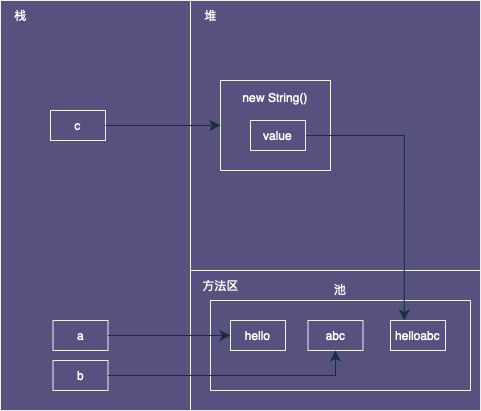
Before: drawio/StringExercise08.png, a diagram exported from draw.io (Stolorzs/Picgo). Source tidied: cells renumbered, new cells last; positions are measured from the earlier drawing's top-left corner, leaving out a move shared by most shapes.
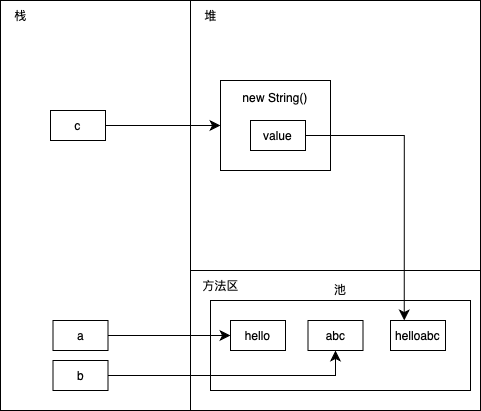
After the commit.

What changed in the source:
```diff
@@ -2,67 +2,67 @@
   <root>
     <mxCell id="0" />
     <mxCell id="1" parent="0" />
-    <mxCell id="2" style="group;labelBackgroundColor=none;fontColor=#FFFFFF;" parent="1" vertex="1">
+    <mxCell id="2" style="group;labelBackgroundColor=none;" parent="1" vertex="1">
       <mxGeometry width="480" height="410" as="geometry" />
     </mxCell>
-    <mxCell id="3" style="rounded=0;whiteSpace=wrap;html=1;labelBackgroundColor=none;fillColor=#56517E;strokeColor=#EEEEEE;fontColor=#FFFFFF;" parent="2" vertex="1">
+    <mxCell id="3" style="rounded=0;whiteSpace=wrap;html=1;labelBackgroundColor=none;" parent="2" vertex="1">
       <mxGeometry x="190" y="270" width="290" height="140" as="geometry" />
     </mxCell>
-    <mxCell id="4" style="rounded=0;whiteSpace=wrap;html=1;labelBackgroundColor=none;fillColor=#56517E;strokeColor=#EEEEEE;fontColor=#FFFFFF;" parent="2" vertex="1">
+    <mxCell id="4" style="rounded=0;whiteSpace=wrap;html=1;labelBackgroundColor=none;" parent="2" vertex="1">
       <mxGeometry x="190" width="290" height="270" as="geometry" />
     </mxCell>
-    <mxCell id="5" style="rounded=0;whiteSpace=wrap;html=1;labelBackgroundColor=none;fillColor=#56517E;strokeColor=#EEEEEE;fontColor=#FFFFFF;" parent="2" vertex="1">
+    <mxCell id="5" style="rounded=0;whiteSpace=wrap;html=1;labelBackgroundColor=none;" parent="2" vertex="1">
       <mxGeometry width="190" height="410" as="geometry" />
     </mxCell>
-    <mxCell id="6" value="栈" style="text;html=1;align=center;verticalAlign=middle;strokeColor=none;fillColor=none;labelBackgroundColor=none;fontColor=#FFFFFF;" parent="2" vertex="1">
+    <mxCell id="6" value="栈" style="text;html=1;align=center;verticalAlign=middle;strokeColor=none;fillColor=none;labelBackgroundColor=none;" parent="2" vertex="1">
       <mxGeometry width="40" height="30" as="geometry" />
     </mxCell>
-    <mxCell id="7" value="堆" style="text;html=1;align=center;verticalAlign=middle;strokeColor=none;fillColor=none;labelBackgroundColor=none;fontColor=#FFFFFF;" parent="2" vertex="1">
+    <mxCell id="7" value="堆" style="text;html=1;align=center;verticalAlign=middle;strokeColor=none;fillColor=none;labelBackgroundColor=none;" parent="2" vertex="1">
       <mxGeometry x="190" width="40" height="30" as="geometry" />
     </mxCell>
-    <mxCell id="8" value="方法区" style="text;html=1;align=center;verticalAlign=middle;strokeColor=none;fillColor=none;labelBackgroundColor=none;fontColor=#FFFFFF;" parent="2" vertex="1">
+    <mxCell id="8" value="方法区" style="text;html=1;align=center;verticalAlign=middle;strokeColor=none;fillColor=none;labelBackgroundColor=none;" parent="2" vertex="1">
       <mxGeometry x="190" y="270" width="60" height="30" as="geometry" />
     </mxCell>
-    <mxCell id="9" value="c" style="rounded=0;whiteSpace=wrap;html=1;labelBackgroundColor=none;fillColor=#56517E;strokeColor=#EEEEEE;fontColor=#FFFFFF;" parent="2" vertex="1">
+    <mxCell id="9" value="c" style="rounded=0;whiteSpace=wrap;html=1;labelBackgroundColor=none;" parent="2" vertex="1">
       <mxGeometry x="50" y="110" width="55" height="30" as="geometry" />
     </mxCell>
-    <mxCell id="10" style="edgeStyle=none;curved=1;rounded=0;orthogonalLoop=1;jettySize=auto;html=1;exitX=0.5;exitY=1;exitDx=0;exitDy=0;fontSize=12;startSize=8;endSize=8;labelBackgroundColor=none;fontColor=default;strokeColor=#182E3E;" parent="2" edge="1" source="9" target="9">
+    <mxCell id="10" style="edgeStyle=none;curved=1;rounded=0;orthogonalLoop=1;jettySize=auto;html=1;exitX=0.5;exitY=1;exitDx=0;exitDy=0;fontSize=12;startSize=8;endSize=8;labelBackgroundColor=none;fontColor=default;" parent="2" edge="1" source="9" target="9">
       <mxGeometry relative="1" as="geometry" />
     </mxCell>
-    <mxCell id="11" value="池&lt;div&gt;&lt;br&gt;&lt;/div&gt;&lt;div&gt;&lt;br&gt;&lt;/div&gt;&lt;div&gt;&lt;br&gt;&lt;/div&gt;&lt;div&gt;&lt;br&gt;&lt;/div&gt;&lt;div&gt;&lt;br&gt;&lt;/div&gt;&lt;div&gt;&lt;br&gt;&lt;/div&gt;&lt;div&gt;&lt;br&gt;&lt;/div&gt;&lt;div&gt;&lt;br&gt;&lt;/div&gt;" style="rounded=0;whiteSpace=wrap;html=1;fillColor=none;labelBackgroundColor=none;strokeColor=#EEEEEE;fontColor=#FFFFFF;" parent="1" vertex="1">
+    <mxCell id="11" value="池&lt;div&gt;&lt;br&gt;&lt;/div&gt;&lt;div&gt;&lt;br&gt;&lt;/div&gt;&lt;div&gt;&lt;br&gt;&lt;/div&gt;&lt;div&gt;&lt;br&gt;&lt;/div&gt;&lt;div&gt;&lt;br&gt;&lt;/div&gt;&lt;div&gt;&lt;br&gt;&lt;/div&gt;&lt;div&gt;&lt;br&gt;&lt;/div&gt;&lt;div&gt;&lt;br&gt;&lt;/div&gt;" style="rounded=0;whiteSpace=wrap;html=1;fillColor=none;labelBackgroundColor=none;" parent="1" vertex="1">
       <mxGeometry x="210" y="300" width="260" height="90" as="geometry" />
     </mxCell>
-    <mxCell id="12" value="a" style="rounded=0;whiteSpace=wrap;html=1;labelBackgroundColor=none;fillColor=#56517E;strokeColor=#EEEEEE;fontColor=#FFFFFF;" parent="1" vertex="1">
+    <mxCell id="12" value="a" style="rounded=0;whiteSpace=wrap;html=1;labelBackgroundColor=none;" parent="1" vertex="1">
       <mxGeometry x="52.5" y="320" width="55" height="30" as="geometry" />
     </mxCell>
-    <mxCell id="13" value="b" style="rounded=0;whiteSpace=wrap;html=1;labelBackgroundColor=none;fillColor=#56517E;strokeColor=#EEEEEE;fontColor=#FFFFFF;" parent="1" vertex="1">
+    <mxCell id="13" value="b" style="rounded=0;whiteSpace=wrap;html=1;labelBackgroundColor=none;" parent="1" vertex="1">
       <mxGeometry x="52.5" y="360" width="55" height="30" as="geometry" />
     </mxCell>
-    <mxCell id="14" value="new String()&lt;div&gt;&lt;br&gt;&lt;/div&gt;&lt;div&gt;&lt;br&gt;&lt;/div&gt;&lt;div&gt;&lt;br&gt;&lt;/div&gt;&lt;div&gt;&lt;br&gt;&lt;/div&gt;" style="rounded=0;whiteSpace=wrap;html=1;labelBackgroundColor=none;fillColor=#56517E;strokeColor=#EEEEEE;fontColor=#FFFFFF;" parent="1" vertex="1">
+    <mxCell id="14" value="new String()&lt;div&gt;&lt;br&gt;&lt;/div&gt;&lt;div&gt;&lt;br&gt;&lt;/div&gt;&lt;div&gt;&lt;br&gt;&lt;/div&gt;&lt;div&gt;&lt;br&gt;&lt;/div&gt;" style="rounded=0;whiteSpace=wrap;html=1;labelBackgroundColor=none;" parent="1" vertex="1">
       <mxGeometry x="220" y="80" width="110" height="90" as="geometry" />
     </mxCell>
-    <mxCell id="15" value="abc" style="rounded=0;whiteSpace=wrap;html=1;labelBackgroundColor=none;fillColor=#56517E;strokeColor=#EEEEEE;fontColor=#FFFFFF;" parent="1" vertex="1">
+    <mxCell id="15" value="abc" style="rounded=0;whiteSpace=wrap;html=1;labelBackgroundColor=none;" parent="1" vertex="1">
       <mxGeometry x="307.5" y="320" width="55" height="30" as="geometry" />
     </mxCell>
-    <mxCell id="16" style="edgeStyle=none;curved=1;rounded=0;jettySize=auto;html=1;fontSize=12;startSize=8;endSize=8;labelBackgroundColor=none;fontColor=default;strokeColor=#182E3E;" parent="1" edge="1" source="12" target="17">
+    <mxCell id="16" style="edgeStyle=none;curved=1;rounded=0;jettySize=auto;html=1;fontSize=12;startSize=8;endSize=8;labelBackgroundColor=none;fontColor=default;" parent="1" edge="1" source="12" target="17">
       <mxGeometry relative="1" as="geometry" />
     </mxCell>
-    <mxCell id="17" value="hello" style="rounded=0;whiteSpace=wrap;html=1;labelBackgroundColor=none;fillColor=#56517E;strokeColor=#EEEEEE;fontColor=#FFFFFF;" parent="1" vertex="1">
+    <mxCell id="17" value="hello" style="rounded=0;whiteSpace=wrap;html=1;labelBackgroundColor=none;" parent="1" vertex="1">
       <mxGeometry x="230" y="320" width="55" height="30" as="geometry" />
     </mxCell>
-    <mxCell id="18" style="edgeStyle=orthogonalEdgeStyle;rounded=0;jettySize=auto;html=1;fontSize=12;startSize=8;endSize=8;labelBackgroundColor=none;fontColor=default;strokeColor=#182E3E;" parent="1" edge="1" source="13" target="15">
+    <mxCell id="18" style="edgeStyle=orthogonalEdgeStyle;rounded=0;jettySize=auto;html=1;fontSize=12;startSize=8;endSize=8;labelBackgroundColor=none;fontColor=default;" parent="1" edge="1" source="13" target="15">
       <mxGeometry relative="1" as="geometry" />
     </mxCell>
-    <mxCell id="19" style="edgeStyle=orthogonalEdgeStyle;rounded=0;jettySize=auto;html=1;entryX=0;entryY=0.5;entryDx=0;entryDy=0;fontSize=12;startSize=8;endSize=8;labelBackgroundColor=none;fontColor=default;strokeColor=#182E3E;" parent="1" edge="1" source="9" target="14">
+    <mxCell id="19" style="edgeStyle=orthogonalEdgeStyle;rounded=0;jettySize=auto;html=1;entryX=0;entryY=0.5;entryDx=0;entryDy=0;fontSize=12;startSize=8;endSize=8;labelBackgroundColor=none;fontColor=default;" parent="1" edge="1" source="9" target="14">
       <mxGeometry relative="1" as="geometry" />
     </mxCell>
-    <mxCell id="20" style="edgeStyle=orthogonalEdgeStyle;rounded=0;jettySize=auto;html=1;entryX=0.25;entryY=0;entryDx=0;entryDy=0;fontSize=12;startSize=8;endSize=8;labelBackgroundColor=none;fontColor=default;strokeColor=#182E3E;" parent="1" edge="1" source="21" target="22">
+    <mxCell id="20" style="edgeStyle=orthogonalEdgeStyle;rounded=0;jettySize=auto;html=1;entryX=0.25;entryY=0;entryDx=0;entryDy=0;fontSize=12;startSize=8;endSize=8;labelBackgroundColor=none;fontColor=default;" parent="1" edge="1" source="21" target="22">
       <mxGeometry relative="1" as="geometry" />
     </mxCell>
-    <mxCell id="21" value="value" style="rounded=0;whiteSpace=wrap;html=1;labelBackgroundColor=none;fillColor=#56517E;strokeColor=#EEEEEE;fontColor=#FFFFFF;" parent="1" vertex="1">
+    <mxCell id="21" value="value" style="rounded=0;whiteSpace=wrap;html=1;labelBackgroundColor=none;" parent="1" vertex="1">
       <mxGeometry x="250" y="120" width="55" height="30" as="geometry" />
     </mxCell>
-    <mxCell id="22" value="helloabc" style="rounded=0;whiteSpace=wrap;html=1;labelBackgroundColor=none;fillColor=#56517E;strokeColor=#EEEEEE;fontColor=#FFFFFF;" parent="1" vertex="1">
+    <mxCell id="22" value="helloabc" style="rounded=0;whiteSpace=wrap;html=1;labelBackgroundColor=none;" parent="1" vertex="1">
       <mxGeometry x="390" y="320" width="55" height="30" as="geometry" />
     </mxCell>
   </root>
```
